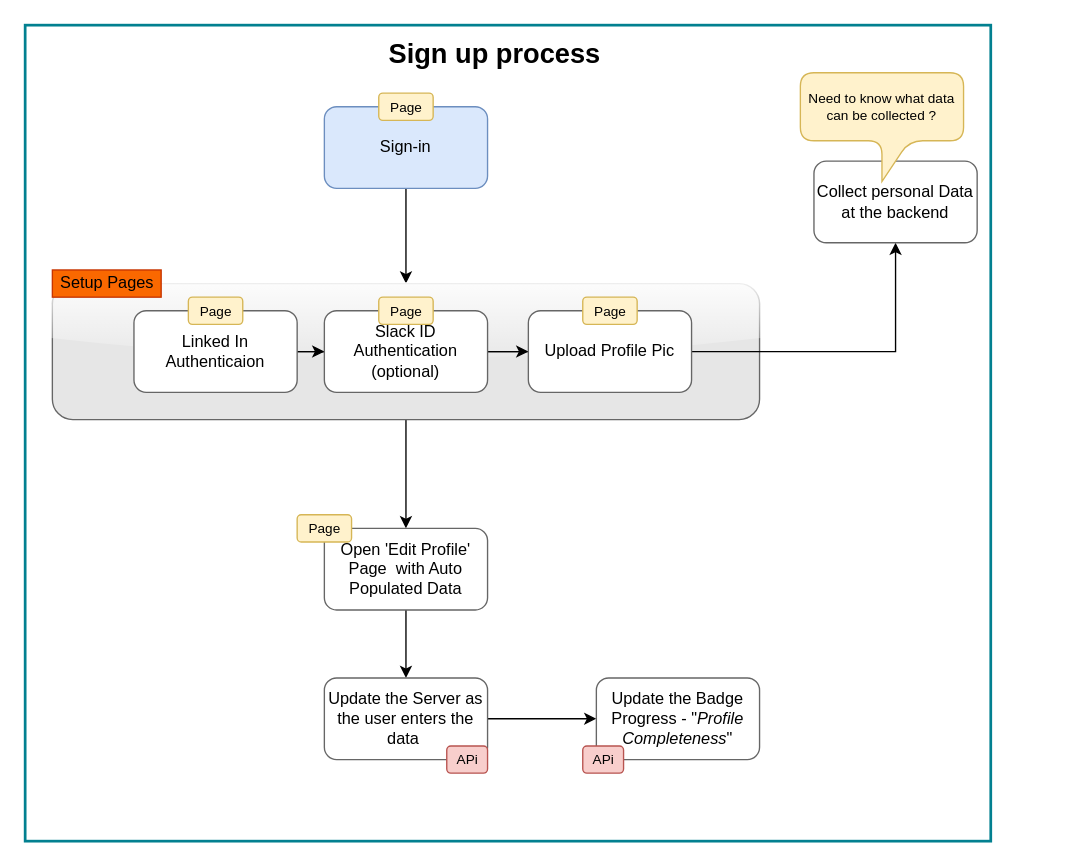
Above: page "Sign up process for Trainers" (2 of 3) of sample.drawio in Arunideas/draw.io (draw.io), before the change. Source tidied: cells renumbered, new cells numbered last; positions are measured from the earlier drawing's top-left corner, leaving out a move shared by most shapes. Both pictures are drawn from the tidied source at 136%, with x=0, y=0 at pixel (24, 24).
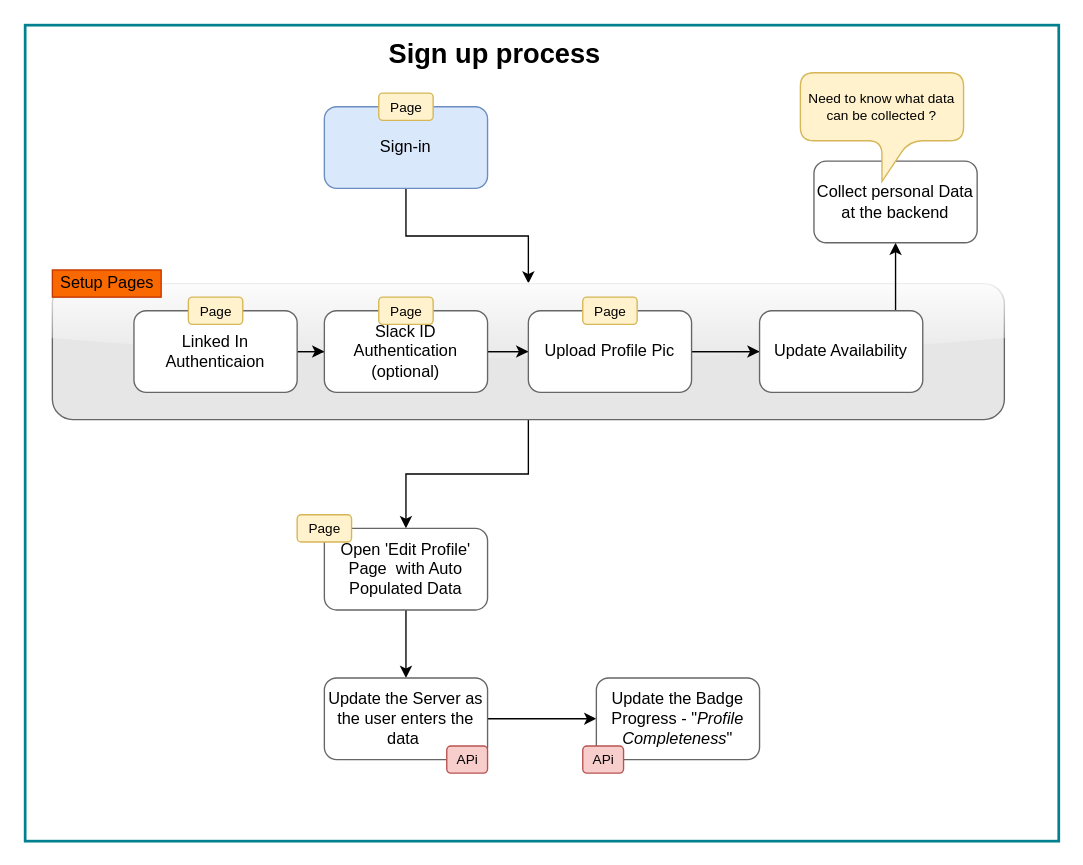
The same diagram, later.

Commit message (it also covers changes not shown here):
Added Availability Page

The change refers to these unchanged cells:
```xml
<mxCell id="14" value="Upload Profile Pic" style="whiteSpace=wrap;html=1;strokeColor=#666666;rounded=1;strokeWidth=1;" parent="1" vertex="1">
  <mxGeometry x="370" y="210" width="120" height="60" as="geometry" />
</mxCell>
```

Change to the diagram source:
```diff
@@
     <mxCell id="2" style="rounded=0;whiteSpace=wrap;html=1;sketch=0;fontColor=#E4FDE1;strokeColor=#028090;fillColor=none;strokeWidth=2;" parent="1" vertex="1">
-      <mxGeometry width="710" height="600" as="geometry" />
+      <mxGeometry width="760" height="600" as="geometry" />
     </mxCell>
@@
     <mxCell id="6" style="whiteSpace=wrap;html=1;strokeColor=#666666;rounded=1;strokeWidth=1;glass=1;fillColor=#E6E6E6;" parent="1" vertex="1">
-      <mxGeometry x="20" y="190" width="520" height="100" as="geometry" />
+      <mxGeometry x="20" y="190" width="700" height="100" as="geometry" />
     </mxCell>
@@
+    <mxCell id="29" style="edgeStyle=orthogonalEdgeStyle;rounded=0;jettySize=auto;html=1;fontSize=13;" parent="1" edge="1" source="14" target="30">
+      <mxGeometry relative="1" as="geometry" />
+    </mxCell>
@@
+    <mxCell id="30" value="Update Availability" style="whiteSpace=wrap;html=1;strokeColor=#666666;rounded=1;strokeWidth=1;" parent="1" vertex="1">
+      <mxGeometry x="540" y="210" width="120" height="60" as="geometry" />
+    </mxCell>
```
